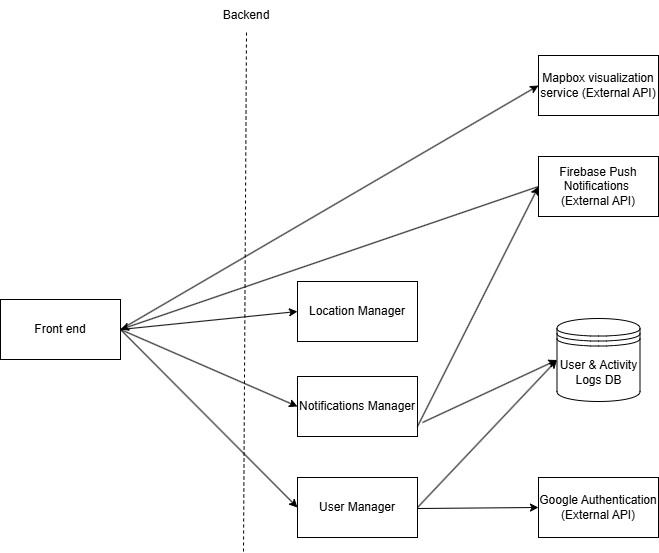
The draw.io diagram documentation/images/M4/Dependency-Diagram.png in dorawyy/CPEN321_CMIYC, before a commit. Source tidied: cells renumbered, new cells last; positions are measured from the earlier drawing's top-left corner, leaving out a move shared by most shapes.
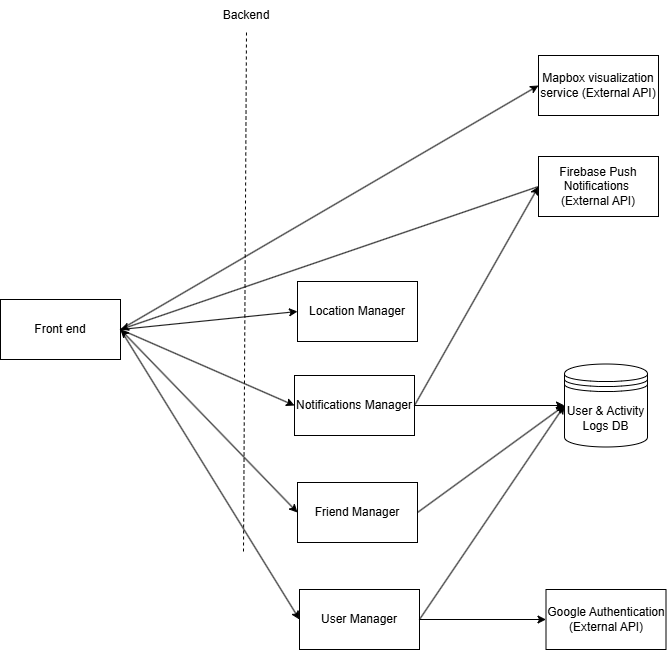
After the change.

Change to the diagram source:
```diff
@@ -2,6 +2,9 @@
   <root>
     <mxCell id="0" />
     <mxCell id="1" parent="0" />
+    <mxCell id="21" style="rounded=0;jettySize=auto;html=1;exitX=1;exitY=0.5;exitDx=0;exitDy=0;entryX=0;entryY=0.5;entryDx=0;entryDy=0;startArrow=classic;startFill=1;" parent="1" edge="1" source="2" target="23">
+      <mxGeometry relative="1" as="geometry" />
+    </mxCell>
     <mxCell id="2" value="Front end" style="rounded=0;whiteSpace=wrap;html=1;" parent="1" vertex="1">
       <mxGeometry y="299" width="120" height="60" as="geometry" />
     </mxCell>
@@ -14,19 +17,19 @@
       <mxGeometry x="297" y="281" width="120" height="60" as="geometry" />
     </mxCell>
     <mxCell id="5" value="Notifications Manager" style="rounded=0;whiteSpace=wrap;html=1;" parent="1" vertex="1">
-      <mxGeometry x="297" y="376" width="120" height="60" as="geometry" />
+      <mxGeometry x="294" y="375" width="120" height="60" as="geometry" />
     </mxCell>
     <mxCell id="6" value="User Manager" style="rounded=0;whiteSpace=wrap;html=1;" parent="1" vertex="1">
-      <mxGeometry x="297" y="477" width="120" height="60" as="geometry" />
+      <mxGeometry x="299" y="589" width="120" height="60" as="geometry" />
     </mxCell>
     <mxCell id="7" value="Google Authentication (External API)" style="rounded=0;whiteSpace=wrap;html=1;" parent="1" vertex="1">
-      <mxGeometry x="538" y="477" width="120" height="60" as="geometry" />
+      <mxGeometry x="545.5" y="589" width="120" height="60" as="geometry" />
     </mxCell>
     <mxCell id="8" value="Mapbox visualization service (External API)" style="rounded=0;whiteSpace=wrap;html=1;" parent="1" vertex="1">
       <mxGeometry x="538" y="55" width="120" height="60" as="geometry" />
     </mxCell>
     <mxCell id="9" value="User &amp;amp; Activity Logs DB" style="shape=datastore;whiteSpace=wrap;html=1;" parent="1" vertex="1">
-      <mxGeometry x="556.5" y="318" width="83" height="83" as="geometry" />
+      <mxGeometry x="564" y="363.5" width="83" height="83" as="geometry" />
     </mxCell>
     <mxCell id="10" style="endArrow=classic;html=1;rounded=0;entryX=0;entryY=0.5;entryDx=0;entryDy=0;exitX=1;exitY=0.5;exitDx=0;exitDy=0;" parent="1" edge="1" source="2" target="8">
       <mxGeometry relative="1" as="geometry" />
@@ -40,10 +43,8 @@
     <mxCell id="13" style="endArrow=classic;html=1;rounded=0;exitX=1;exitY=0.5;exitDx=0;exitDy=0;entryX=0;entryY=0.5;entryDx=0;entryDy=0;" parent="1" edge="1" source="2" target="6">
       <mxGeometry relative="1" as="geometry" />
     </mxCell>
-    <mxCell id="14" style="endArrow=classic;html=1;rounded=0;exitX=1;exitY=0.5;exitDx=0;exitDy=0;entryX=0;entryY=0.5;entryDx=0;entryDy=0;" parent="1" edge="1" target="7">
-      <mxGeometry relative="1" as="geometry">
-        <mxPoint x="417" y="508" as="sourcePoint" />
-      </mxGeometry>
+    <mxCell id="14" style="endArrow=classic;html=1;rounded=0;exitX=1;exitY=0.5;exitDx=0;exitDy=0;entryX=0;entryY=0.5;entryDx=0;entryDy=0;" parent="1" edge="1" source="6" target="7">
+      <mxGeometry relative="1" as="geometry" />
     </mxCell>
     <mxCell id="15" style="endArrow=classic;html=1;rounded=0;exitX=1;exitY=0.5;exitDx=0;exitDy=0;entryX=0;entryY=0.5;entryDx=0;entryDy=0;" parent="1" edge="1" source="6" target="9">
       <mxGeometry relative="1" as="geometry" />
@@ -54,18 +55,20 @@
     <mxCell id="17" value="Firebase Push Notifications&amp;nbsp;&lt;div&gt;(External API)&lt;/div&gt;" style="rounded=0;whiteSpace=wrap;html=1;" parent="1" vertex="1">
       <mxGeometry x="538" y="156" width="120" height="60" as="geometry" />
     </mxCell>
-    <mxCell id="18" style="endArrow=classic;html=1;rounded=0;entryX=0;entryY=0.5;entryDx=0;entryDy=0;" parent="1" edge="1" target="17">
-      <mxGeometry relative="1" as="geometry">
-        <mxPoint x="417" y="426" as="sourcePoint" />
-      </mxGeometry>
+    <mxCell id="18" style="endArrow=classic;html=1;rounded=0;entryX=0;entryY=0.5;entryDx=0;entryDy=0;exitX=1;exitY=0.5;exitDx=0;exitDy=0;" parent="1" edge="1" source="5" target="17">
+      <mxGeometry relative="1" as="geometry" />
     </mxCell>
-    <mxCell id="19" style="endArrow=classic;html=1;rounded=0;entryX=0;entryY=0.5;entryDx=0;entryDy=0;" parent="1" edge="1" target="9">
-      <mxGeometry relative="1" as="geometry">
-        <mxPoint x="422" y="422" as="sourcePoint" />
-      </mxGeometry>
+    <mxCell id="19" style="endArrow=classic;html=1;rounded=0;entryX=0;entryY=0.5;entryDx=0;entryDy=0;exitX=1;exitY=0.5;exitDx=0;exitDy=0;" parent="1" edge="1" source="5" target="9">
+      <mxGeometry relative="1" as="geometry" />
     </mxCell>
     <mxCell id="20" value="Backend" style="text;html=1;align=center;verticalAlign=middle;whiteSpace=wrap;rounded=0;" parent="1" vertex="1">
       <mxGeometry x="216" width="60" height="30" as="geometry" />
     </mxCell>
+    <mxCell id="22" style="rounded=0;jettySize=auto;html=1;entryX=0;entryY=0.5;entryDx=0;entryDy=0;exitX=1;exitY=0.5;exitDx=0;exitDy=0;" parent="1" edge="1" source="23" target="9">
+      <mxGeometry relative="1" as="geometry" />
+    </mxCell>
+    <mxCell id="23" value="Friend Manager" style="rounded=0;whiteSpace=wrap;html=1;" parent="1" vertex="1">
+      <mxGeometry x="297" y="482" width="120" height="60" as="geometry" />
+    </mxCell>
   </root>
 </mxGraphModel>
```
